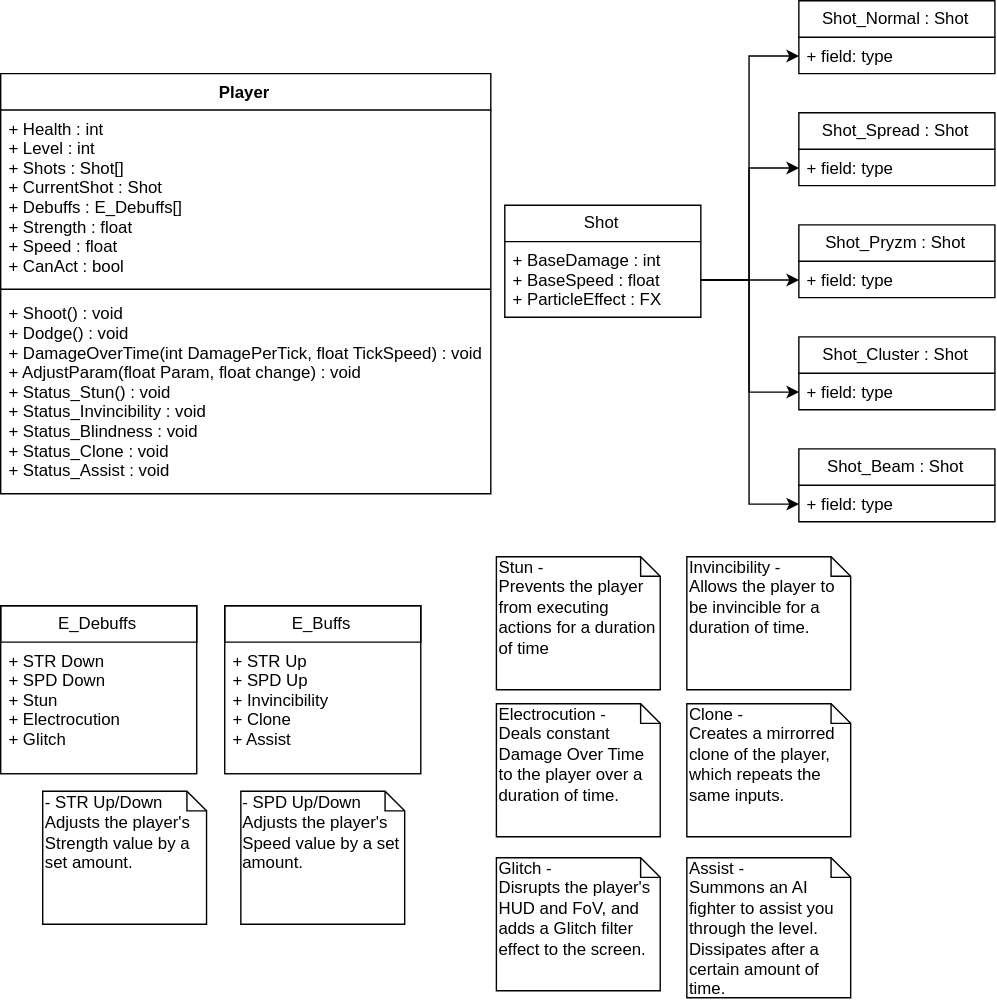
Above: Documentation/MechanicsUML.svg in EwanBurnett/BlastR (draw.io), before the change. Source tidied: cells renumbered, new cells last; positions are measured from the earlier drawing's top-left corner, leaving out a move shared by most shapes.
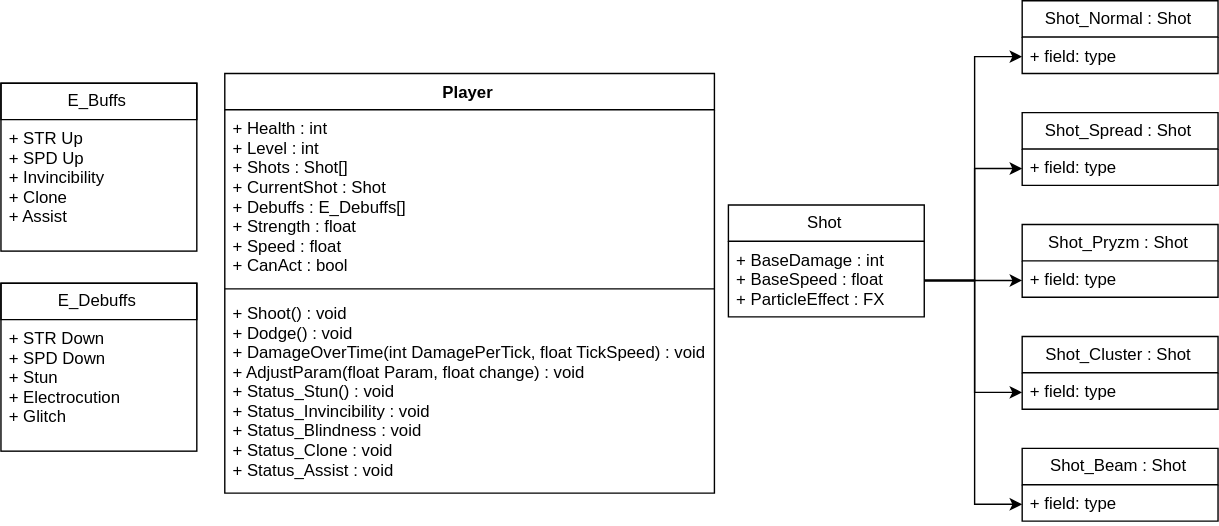
Above is the later version.

Diff of the diagram source:
```diff
@@ -3,7 +3,7 @@
     <mxCell id="0" />
     <mxCell id="1" parent="0" />
     <mxCell id="2" value="Player" style="swimlane;fontStyle=1;align=center;verticalAlign=top;horizontal=1;startSize=26;" parent="1" vertex="1">
-      <mxGeometry y="52" width="350" height="300" as="geometry" />
+      <mxGeometry x="160" y="52" width="350" height="300" as="geometry" />
     </mxCell>
     <mxCell id="3" value="+ Health : int&#10;+ Level : int&#10;+ Shots : Shot[]&#10;+ CurrentShot : Shot&#10;+ Debuffs : E_Debuffs[]&#10;+ Strength : float&#10;+ Speed : float&#10;+ CanAct : bool&#10;&#10;" style="text;strokeColor=none;fillColor=none;align=left;verticalAlign=top;spacingLeft=4;spacingRight=4;overflow=hidden;" parent="2" vertex="1">
       <mxGeometry y="26" width="350" height="124" as="geometry" />
@@ -15,7 +15,7 @@
       <mxGeometry y="158" width="350" height="142" as="geometry" />
     </mxCell>
     <mxCell id="6" style="group;" parent="1" vertex="1">
-      <mxGeometry x="360" width="350" height="372" as="geometry" />
+      <mxGeometry x="520" width="350" height="372" as="geometry" />
     </mxCell>
     <mxCell id="7" value="Shot" style="swimlane;fontStyle=0;horizontal=1;startSize=26;fillColor=none;" parent="6" vertex="1">
       <mxGeometry y="146" width="140" height="80" as="geometry" />
@@ -69,40 +69,16 @@
       <mxGeometry relative="1" as="geometry" />
     </mxCell>
     <mxCell id="24" value="E_Debuffs" style="swimlane;fontStyle=0;horizontal=1;startSize=26;fillColor=none;swimlaneFillColor=#ffffff;" parent="1" vertex="1">
-      <mxGeometry y="432" width="140" height="120" as="geometry" />
+      <mxGeometry y="202" width="140" height="120" as="geometry" />
     </mxCell>
     <mxCell id="25" value="+ STR Down&#10;+ SPD Down&#10;+ Stun&#10;+ Electrocution&#10;+ Glitch&#10;" style="text;strokeColor=none;fillColor=none;align=left;verticalAlign=top;spacingLeft=4;spacingRight=4;overflow=hidden;" parent="24" vertex="1">
       <mxGeometry y="26" width="140" height="94" as="geometry" />
     </mxCell>
     <mxCell id="26" value="E_Buffs" style="swimlane;fontStyle=0;horizontal=1;startSize=26;fillColor=none;swimlaneFillColor=#ffffff;" parent="1" vertex="1">
-      <mxGeometry x="160" y="432" width="140" height="120" as="geometry" />
+      <mxGeometry y="59" width="140" height="120" as="geometry" />
     </mxCell>
     <mxCell id="27" value="+ STR Up&#10;+ SPD Up&#10;+ Invincibility&#10;+ Clone&#10;+ Assist&#10;" style="text;strokeColor=none;fillColor=none;align=left;verticalAlign=top;spacingLeft=4;spacingRight=4;overflow=hidden;" parent="26" vertex="1">
       <mxGeometry y="26" width="140" height="94" as="geometry" />
     </mxCell>
-    <mxCell id="28" value="Stun -&amp;nbsp;&lt;br&gt;Prevents the player from executing actions for a duration of time&lt;br&gt;" style="shape=note;whiteSpace=wrap;html=1;size=14;verticalAlign=top;align=left;spacingTop=-6;" parent="1" vertex="1">
-      <mxGeometry x="354" y="397" width="117" height="95" as="geometry" />
-    </mxCell>
-    <mxCell id="29" value="Electrocution -&amp;nbsp;&lt;br&gt;Deals constant Damage Over Time to the player over a duration of time.&lt;br&gt;" style="shape=note;whiteSpace=wrap;html=1;size=14;verticalAlign=top;align=left;spacingTop=-6;" parent="1" vertex="1">
-      <mxGeometry x="354" y="502" width="117" height="95" as="geometry" />
-    </mxCell>
-    <mxCell id="30" value="Glitch -&lt;br&gt;Disrupts the player's HUD and FoV, and adds a Glitch filter effect to the screen.&amp;nbsp;&lt;br&gt;" style="shape=note;whiteSpace=wrap;html=1;size=14;verticalAlign=top;align=left;spacingTop=-6;" parent="1" vertex="1">
-      <mxGeometry x="354" y="612" width="117" height="95" as="geometry" />
-    </mxCell>
-    <mxCell id="31" value="Invincibility -&amp;nbsp;&lt;br&gt;Allows the player to be invincible for a duration of time.&lt;br&gt;" style="shape=note;whiteSpace=wrap;html=1;size=14;verticalAlign=top;align=left;spacingTop=-6;" parent="1" vertex="1">
-      <mxGeometry x="490" y="397" width="117" height="95" as="geometry" />
-    </mxCell>
-    <mxCell id="32" value="Clone -&amp;nbsp;&lt;br&gt;Creates a mirrorred clone of the player, which repeats the same inputs.&lt;br&gt;" style="shape=note;whiteSpace=wrap;html=1;size=14;verticalAlign=top;align=left;spacingTop=-6;" parent="1" vertex="1">
-      <mxGeometry x="490" y="502" width="117" height="95" as="geometry" />
-    </mxCell>
-    <mxCell id="33" value="Assist -&amp;nbsp;&lt;br&gt;Summons an AI fighter to assist you through the level. Dissipates after a certain amount of time.&lt;br&gt;" style="shape=note;whiteSpace=wrap;html=1;size=14;verticalAlign=top;align=left;spacingTop=-6;" parent="1" vertex="1">
-      <mxGeometry x="490" y="612" width="117" height="100" as="geometry" />
-    </mxCell>
-    <mxCell id="34" value="- STR Up/Down&lt;br&gt;Adjusts the player's Strength&amp;nbsp;value by a set amount.&lt;br&gt;" style="shape=note;whiteSpace=wrap;html=1;size=14;verticalAlign=top;align=left;spacingTop=-6;" parent="1" vertex="1">
-      <mxGeometry x="30" y="564.5" width="117" height="95" as="geometry" />
-    </mxCell>
-    <mxCell id="35" value="- SPD Up/Down&lt;br&gt;Adjusts the player's Speed value by a set amount.&lt;br&gt;" style="shape=note;whiteSpace=wrap;html=1;size=14;verticalAlign=top;align=left;spacingTop=-6;" parent="1" vertex="1">
-      <mxGeometry x="171.5" y="564.5" width="117" height="95" as="geometry" />
-    </mxCell>
   </root>
 </mxGraphModel>
```
